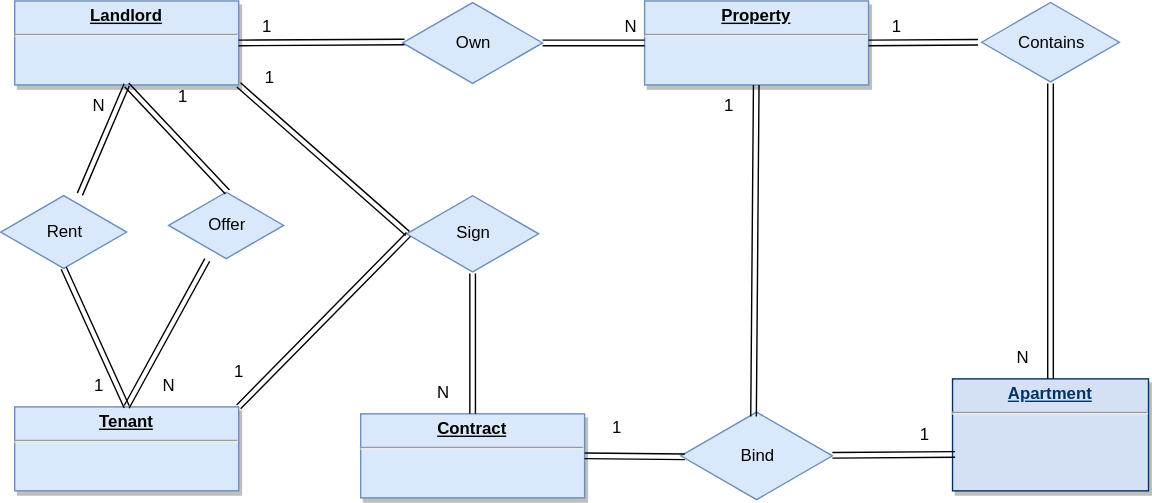
The draw.io diagram domain_model_rent.svg in AndriiNaboka/domain-task, before a commit. Source tidied: cells renumbered, new cells last; positions are measured from the earlier drawing's top-left corner, leaving out a move shared by most shapes.
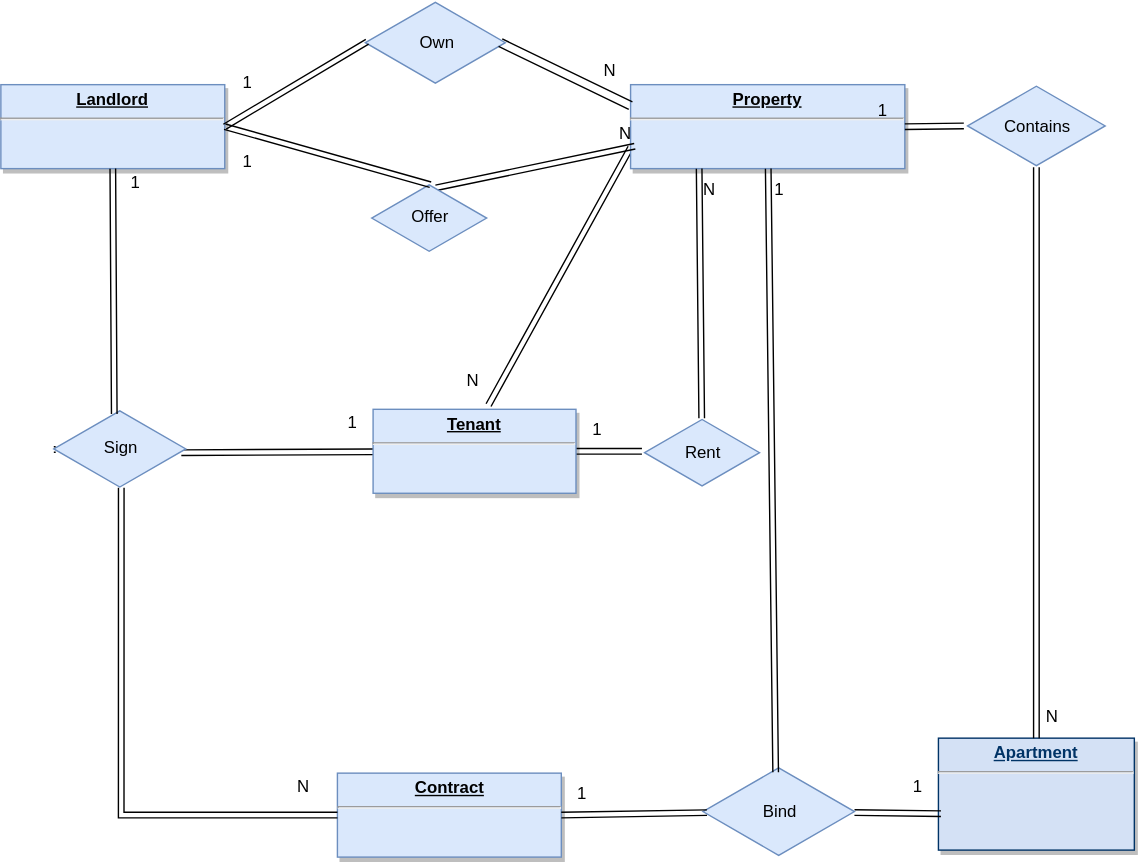
The same file after the commit.

Commit message:
correction domain model.

Change to the diagram source:
```diff
@@ -2,125 +2,131 @@
   <root>
     <mxCell id="0" />
     <mxCell id="1" parent="0" />
-    <mxCell id="2" style="group;" parent="1" vertex="1">
-      <mxGeometry width="820" height="357.5" as="geometry" />
-    </mxCell>
+    <mxCell id="28" style="edgeStyle=none;shape=link;rounded=0;jettySize=auto;html=1;exitX=1;exitY=0.5;exitDx=0;exitDy=0;entryX=-0.023;entryY=0.48;entryDx=0;entryDy=0;entryPerimeter=0;" parent="1" edge="1" source="3" target="27">
+      <mxGeometry relative="1" as="geometry" />
+    </mxCell>
+    <mxCell id="42" style="edgeStyle=none;shape=link;rounded=0;jettySize=auto;html=1;entryX=0.966;entryY=0.548;entryDx=0;entryDy=0;entryPerimeter=0;" parent="1" edge="1" source="3" target="12">
+      <mxGeometry relative="1" as="geometry" />
+    </mxCell>
-    <mxCell id="3" value="&lt;p style=&quot;margin: 0px ; margin-top: 4px ; text-align: center ; text-decoration: underline&quot;&gt;&lt;strong&gt;Tenant&lt;/strong&gt;&lt;/p&gt;&lt;hr&gt;&lt;p style=&quot;margin: 0px ; margin-left: 8px&quot;&gt;&lt;br&gt;&lt;/p&gt;" style="verticalAlign=top;align=left;overflow=fill;fontSize=12;fontFamily=Helvetica;html=1;strokeColor=#6c8ebf;shadow=1;fillColor=#dae8fc;" parent="2" vertex="1">
-      <mxGeometry x="10" y="290" width="160" height="60" as="geometry" />
+    <mxCell id="3" value="&lt;p style=&quot;margin: 0px ; margin-top: 4px ; text-align: center ; text-decoration: underline&quot;&gt;&lt;strong&gt;Tenant&lt;/strong&gt;&lt;/p&gt;&lt;hr&gt;&lt;p style=&quot;margin: 0px ; margin-left: 8px&quot;&gt;&lt;br&gt;&lt;/p&gt;" style="verticalAlign=top;align=left;overflow=fill;fontSize=12;fontFamily=Helvetica;html=1;strokeColor=#6c8ebf;shadow=1;fillColor=#dae8fc;" parent="1" vertex="1">
+      <mxGeometry x="276" y="167" width="145" height="60" as="geometry" />
     </mxCell>
-    <mxCell id="4" value="&lt;p style=&quot;margin: 0px ; margin-top: 4px ; text-align: center ; text-decoration: underline&quot;&gt;&lt;b&gt;Landlord&lt;/b&gt;&lt;/p&gt;&lt;hr&gt;&lt;p style=&quot;margin: 0px ; margin-left: 8px&quot;&gt;&lt;br&gt;&lt;/p&gt;" style="verticalAlign=top;align=left;overflow=fill;fontSize=12;fontFamily=Helvetica;html=1;strokeColor=#6c8ebf;shadow=1;fillColor=#dae8fc;" parent="2" vertex="1">
-      <mxGeometry x="10" width="160" height="60" as="geometry" />
+    <mxCell id="4" value="&lt;p style=&quot;margin: 0px ; margin-top: 4px ; text-align: center ; text-decoration: underline&quot;&gt;&lt;b&gt;Landlord&lt;/b&gt;&lt;/p&gt;&lt;hr&gt;&lt;p style=&quot;margin: 0px ; margin-left: 8px&quot;&gt;&lt;br&gt;&lt;/p&gt;" style="verticalAlign=top;align=left;overflow=fill;fontSize=12;fontFamily=Helvetica;html=1;strokeColor=#6c8ebf;shadow=1;fillColor=#dae8fc;" parent="1" vertex="1">
+      <mxGeometry x="10" y="-65" width="160" height="60" as="geometry" />
     </mxCell>
-    <mxCell id="5" value="&lt;p style=&quot;margin: 0px ; margin-top: 4px ; text-align: center ; text-decoration: underline&quot;&gt;&lt;b&gt;Contract&lt;/b&gt;&lt;/p&gt;&lt;hr&gt;&lt;p style=&quot;margin: 0px ; margin-left: 8px&quot;&gt;&lt;br&gt;&lt;/p&gt;" style="verticalAlign=top;align=left;overflow=fill;fontSize=12;fontFamily=Helvetica;html=1;strokeColor=#6c8ebf;shadow=1;fillColor=#dae8fc;" parent="2" vertex="1">
-      <mxGeometry x="257.2" y="295" width="160" height="60" as="geometry" />
+    <mxCell id="5" value="&lt;p style=&quot;margin: 0px ; margin-top: 4px ; text-align: center ; text-decoration: underline&quot;&gt;&lt;b&gt;Contract&lt;/b&gt;&lt;/p&gt;&lt;hr&gt;&lt;p style=&quot;margin: 0px ; margin-left: 8px&quot;&gt;&lt;br&gt;&lt;/p&gt;" style="verticalAlign=top;align=left;overflow=fill;fontSize=12;fontFamily=Helvetica;html=1;strokeColor=#6c8ebf;shadow=1;fillColor=#dae8fc;" parent="1" vertex="1">
+      <mxGeometry x="250.5" y="427" width="160" height="60" as="geometry" />
     </mxCell>
-    <mxCell id="6" value="&lt;p style=&quot;margin: 0px ; margin-top: 4px ; text-align: center ; text-decoration: underline&quot;&gt;&lt;b&gt;Apartment&lt;/b&gt;&lt;/p&gt;&lt;hr&gt;&lt;p style=&quot;margin: 0px ; margin-left: 8px&quot;&gt;&lt;br&gt;&lt;/p&gt;" style="verticalAlign=top;align=left;overflow=fill;fontSize=12;fontFamily=Helvetica;html=1;strokeColor=#003366;shadow=1;fillColor=#D4E1F5;fontColor=#003366;" parent="2" vertex="1">
-      <mxGeometry x="680" y="270" width="140" height="80" as="geometry" />
+    <mxCell id="6" value="&lt;p style=&quot;margin: 0px ; margin-top: 4px ; text-align: center ; text-decoration: underline&quot;&gt;&lt;b&gt;Apartment&lt;/b&gt;&lt;/p&gt;&lt;hr&gt;&lt;p style=&quot;margin: 0px ; margin-left: 8px&quot;&gt;&lt;br&gt;&lt;/p&gt;" style="verticalAlign=top;align=left;overflow=fill;fontSize=12;fontFamily=Helvetica;html=1;strokeColor=#003366;shadow=1;fillColor=#D4E1F5;fontColor=#003366;" parent="1" vertex="1">
+      <mxGeometry x="680" y="402" width="140" height="80" as="geometry" />
     </mxCell>
+    <mxCell id="43" style="edgeStyle=none;shape=link;rounded=0;jettySize=auto;html=1;exitX=0;exitY=0.75;exitDx=0;exitDy=0;entryX=0.569;entryY=-0.05;entryDx=0;entryDy=0;entryPerimeter=0;" parent="1" edge="1" source="7" target="3">
+      <mxGeometry relative="1" as="geometry" />
+    </mxCell>
-    <mxCell id="7" value="&lt;p style=&quot;margin: 0px ; margin-top: 4px ; text-align: center ; text-decoration: underline&quot;&gt;&lt;b&gt;Property&lt;/b&gt;&lt;/p&gt;&lt;hr&gt;&lt;p style=&quot;margin: 0px ; margin-left: 8px&quot;&gt;&lt;br&gt;&lt;/p&gt;" style="verticalAlign=top;align=left;overflow=fill;fontSize=12;fontFamily=Helvetica;html=1;strokeColor=#6c8ebf;shadow=1;fillColor=#dae8fc;" parent="2" vertex="1">
-      <mxGeometry x="460" width="160" height="60" as="geometry" />
+    <mxCell id="7" value="&lt;p style=&quot;margin: 0px ; margin-top: 4px ; text-align: center ; text-decoration: underline&quot;&gt;&lt;b&gt;Property&lt;/b&gt;&lt;/p&gt;&lt;hr&gt;&lt;p style=&quot;margin: 0px ; margin-left: 8px&quot;&gt;&lt;br&gt;&lt;/p&gt;" style="verticalAlign=top;align=left;overflow=fill;fontSize=12;fontFamily=Helvetica;html=1;strokeColor=#6c8ebf;shadow=1;fillColor=#dae8fc;" parent="1" vertex="1">
+      <mxGeometry x="460" y="-65" width="196" height="60" as="geometry" />
     </mxCell>
-    <mxCell id="8" style="edgeStyle=none;shape=link;rounded=0;jettySize=auto;html=1;entryX=0;entryY=0.5;entryDx=0;entryDy=0;" parent="2" edge="1" source="9" target="7">
-      <mxGeometry relative="1" as="geometry" />
-    </mxCell>
-    <mxCell id="9" value="Own" style="html=1;whiteSpace=wrap;shape=isoRectangle;fillColor=#dae8fc;strokeColor=#6c8ebf;" parent="2" vertex="1">
-      <mxGeometry x="287.2" width="100" height="60" as="geometry" />
+    <mxCell id="9" value="Own" style="html=1;whiteSpace=wrap;shape=isoRectangle;fillColor=#dae8fc;strokeColor=#6c8ebf;" parent="1" vertex="1">
+      <mxGeometry x="270.5" y="-125" width="100" height="60" as="geometry" />
     </mxCell>
-    <mxCell id="10" style="edgeStyle=none;shape=link;rounded=0;jettySize=auto;html=1;exitX=1;exitY=0.5;exitDx=0;exitDy=0;entryX=0.013;entryY=0.489;entryDx=0;entryDy=0;entryPerimeter=0;" parent="2" edge="1" source="4" target="9">
+    <mxCell id="10" style="edgeStyle=none;shape=link;rounded=0;jettySize=auto;html=1;exitX=1;exitY=0.5;exitDx=0;exitDy=0;entryX=0.013;entryY=0.489;entryDx=0;entryDy=0;entryPerimeter=0;" parent="1" edge="1" source="4" target="9">
       <mxGeometry relative="1" as="geometry" />
     </mxCell>
-    <mxCell id="11" style="edgeStyle=none;shape=link;rounded=0;jettySize=auto;html=1;entryX=0.5;entryY=0;entryDx=0;entryDy=0;" parent="2" edge="1" source="12" target="5">
+    <mxCell id="11" style="edgeStyle=orthogonalEdgeStyle;shape=link;rounded=0;jettySize=auto;html=1;entryX=0;entryY=0.5;entryDx=0;entryDy=0;exitX=0.511;exitY=0.989;exitDx=0;exitDy=0;exitPerimeter=0;" parent="1" edge="1" source="12" target="5">
       <mxGeometry relative="1" as="geometry" />
     </mxCell>
-    <mxCell id="12" value="Sign" style="html=1;whiteSpace=wrap;shape=isoRectangle;fillColor=#dae8fc;strokeColor=#6c8ebf;" parent="2" vertex="1">
-      <mxGeometry x="290" y="138.1" width="94.3" height="56.6" as="geometry" />
+    <mxCell id="12" value="Sign" style="html=1;whiteSpace=wrap;shape=isoRectangle;fillColor=#dae8fc;strokeColor=#6c8ebf;" parent="1" vertex="1">
+      <mxGeometry x="47.8" y="167" width="94.3" height="56.6" as="geometry" />
     </mxCell>
-    <mxCell id="13" style="edgeStyle=none;shape=link;rounded=0;jettySize=auto;html=1;exitX=1;exitY=0;exitDx=0;exitDy=0;entryX=0.014;entryY=0.507;entryDx=0;entryDy=0;entryPerimeter=0;" parent="2" edge="1" source="3" target="12">
+    <mxCell id="13" style="edgeStyle=none;shape=link;rounded=0;orthogonalLoop=1;jettySize=auto;html=1;entryX=0.014;entryY=0.507;entryDx=0;entryDy=0;entryPerimeter=0;" parent="1" edge="1" source="12" target="12">
       <mxGeometry relative="1" as="geometry" />
     </mxCell>
-    <mxCell id="14" style="edgeStyle=none;shape=link;rounded=0;jettySize=auto;html=1;exitX=1;exitY=1;exitDx=0;exitDy=0;entryX=0.007;entryY=0.495;entryDx=0;entryDy=0;entryPerimeter=0;" parent="2" edge="1" source="4" target="12">
+    <mxCell id="14" style="edgeStyle=none;shape=link;rounded=0;jettySize=auto;html=1;exitX=0.5;exitY=1;exitDx=0;exitDy=0;entryX=0.458;entryY=0.058;entryDx=0;entryDy=0;entryPerimeter=0;" parent="1" edge="1" source="4" target="12">
       <mxGeometry relative="1" as="geometry" />
     </mxCell>
-    <mxCell id="15" style="edgeStyle=none;shape=link;rounded=0;jettySize=auto;html=1;entryX=0.5;entryY=0;entryDx=0;entryDy=0;" parent="2" edge="1" source="16" target="6">
+    <mxCell id="15" style="edgeStyle=none;shape=link;rounded=0;jettySize=auto;html=1;entryX=0.5;entryY=0;entryDx=0;entryDy=0;" parent="1" edge="1" source="16" target="6">
       <mxGeometry relative="1" as="geometry" />
     </mxCell>
-    <mxCell id="16" value="Contains" style="html=1;whiteSpace=wrap;shape=isoRectangle;fillColor=#dae8fc;strokeColor=#6c8ebf;" parent="2" vertex="1">
-      <mxGeometry x="700.8" width="98.3" height="59" as="geometry" />
+    <mxCell id="16" value="Contains" style="html=1;whiteSpace=wrap;shape=isoRectangle;fillColor=#dae8fc;strokeColor=#6c8ebf;" parent="1" vertex="1">
+      <mxGeometry x="700.8" y="-65" width="98.3" height="59" as="geometry" />
     </mxCell>
-    <mxCell id="17" style="edgeStyle=none;shape=link;rounded=0;jettySize=auto;html=1;exitX=1;exitY=0.5;exitDx=0;exitDy=0;entryX=-0.027;entryY=0.5;entryDx=0;entryDy=0;entryPerimeter=0;" parent="2" edge="1" source="7" target="16">
+    <mxCell id="17" style="edgeStyle=none;shape=link;rounded=0;jettySize=auto;html=1;exitX=1;exitY=0.5;exitDx=0;exitDy=0;entryX=-0.027;entryY=0.5;entryDx=0;entryDy=0;entryPerimeter=0;" parent="1" edge="1" source="7" target="16">
       <mxGeometry relative="1" as="geometry" />
     </mxCell>
-    <mxCell id="18" value="N" style="text;html=1;align=center;verticalAlign=middle;points=[];" parent="2" vertex="1">
-      <mxGeometry x="440" y="9" width="20" height="20" as="geometry" />
-    </mxCell>
-    <mxCell id="19" value="1" style="text;html=1;align=center;verticalAlign=middle;" parent="2" vertex="1">
-      <mxGeometry x="180" y="9" width="20" height="20" as="geometry" />
+    <mxCell id="19" value="1" style="text;html=1;align=center;verticalAlign=middle;" parent="1" vertex="1">
+      <mxGeometry x="176" y="-76" width="20" height="20" as="geometry" />
     </mxCell>
-    <mxCell id="20" value="1" style="text;html=1;align=center;verticalAlign=middle;" parent="2" vertex="1">
-      <mxGeometry x="630" y="9" width="20" height="20" as="geometry" />
+    <mxCell id="20" value="1" style="text;html=1;align=center;verticalAlign=middle;" parent="1" vertex="1">
+      <mxGeometry x="630" y="-56" width="20" height="20" as="geometry" />
     </mxCell>
-    <mxCell id="21" value="N" style="text;html=1;align=center;verticalAlign=middle;" parent="2" vertex="1">
-      <mxGeometry x="720" y="245" width="20" height="20" as="geometry" />
+    <mxCell id="21" value="N" style="text;html=1;align=center;verticalAlign=middle;" parent="1" vertex="1">
+      <mxGeometry x="751" y="377" width="20" height="20" as="geometry" />
     </mxCell>
-    <mxCell id="22" style="edgeStyle=none;shape=link;rounded=0;jettySize=auto;html=1;entryX=0.013;entryY=0.675;entryDx=0;entryDy=0;entryPerimeter=0;" parent="2" edge="1" source="23" target="6">
+    <mxCell id="22" style="edgeStyle=none;shape=link;rounded=0;jettySize=auto;html=1;entryX=0.013;entryY=0.675;entryDx=0;entryDy=0;entryPerimeter=0;" parent="1" edge="1" source="23" target="6">
       <mxGeometry relative="1" as="geometry" />
     </mxCell>
-    <mxCell id="23" value="Bind" style="html=1;whiteSpace=wrap;shape=isoRectangle;fillColor=#dae8fc;strokeColor=#6c8ebf;" parent="2" vertex="1">
-      <mxGeometry x="485.8" y="292.5" width="108.3" height="65" as="geometry" />
+    <mxCell id="23" value="Bind" style="html=1;whiteSpace=wrap;shape=isoRectangle;fillColor=#dae8fc;strokeColor=#6c8ebf;" parent="1" vertex="1">
+      <mxGeometry x="511.7" y="422" width="108.3" height="65" as="geometry" />
     </mxCell>
-    <mxCell id="24" style="edgeStyle=none;shape=link;rounded=0;jettySize=auto;html=1;exitX=1;exitY=0.5;exitDx=0;exitDy=0;entryX=0.027;entryY=0.511;entryDx=0;entryDy=0;entryPerimeter=0;" parent="2" edge="1" source="5" target="23">
+    <mxCell id="24" style="edgeStyle=none;shape=link;rounded=0;jettySize=auto;html=1;exitX=1;exitY=0.5;exitDx=0;exitDy=0;entryX=0.027;entryY=0.511;entryDx=0;entryDy=0;entryPerimeter=0;" parent="1" edge="1" source="5" target="23">
       <mxGeometry relative="1" as="geometry" />
     </mxCell>
-    <mxCell id="25" style="edgeStyle=none;shape=link;rounded=0;jettySize=auto;html=1;entryX=0.48;entryY=0.067;entryDx=0;entryDy=0;entryPerimeter=0;" parent="2" edge="1" source="7" target="23">
+    <mxCell id="25" style="edgeStyle=none;shape=link;rounded=0;jettySize=auto;html=1;entryX=0.48;entryY=0.067;entryDx=0;entryDy=0;entryPerimeter=0;" parent="1" edge="1" source="7" target="23">
       <mxGeometry relative="1" as="geometry" />
     </mxCell>
-    <mxCell id="26" style="edgeStyle=none;shape=link;rounded=0;jettySize=auto;html=1;entryX=0.5;entryY=1;entryDx=0;entryDy=0;" parent="2" edge="1" source="27" target="4">
-      <mxGeometry relative="1" as="geometry" />
-    </mxCell>
-    <mxCell id="27" value="Rent" style="html=1;whiteSpace=wrap;shape=isoRectangle;fillColor=#dae8fc;strokeColor=#6c8ebf;" parent="2" vertex="1">
-      <mxGeometry y="138.1" width="90" height="54" as="geometry" />
-    </mxCell>
-    <mxCell id="28" style="edgeStyle=none;shape=link;rounded=0;jettySize=auto;html=1;exitX=0.5;exitY=0;exitDx=0;exitDy=0;entryX=0.5;entryY=0.978;entryDx=0;entryDy=0;entryPerimeter=0;" parent="2" edge="1" source="3" target="27">
-      <mxGeometry relative="1" as="geometry" />
-    </mxCell>
-    <mxCell id="29" value="N" style="text;html=1;align=center;verticalAlign=middle;" parent="2" vertex="1">
-      <mxGeometry x="60" y="65" width="20" height="20" as="geometry" />
-    </mxCell>
-    <mxCell id="30" value="1" style="text;html=1;align=center;verticalAlign=middle;" parent="2" vertex="1">
-      <mxGeometry x="60" y="265" width="20" height="20" as="geometry" />
-    </mxCell>
-    <mxCell id="31" style="edgeStyle=none;shape=link;rounded=0;jettySize=auto;html=1;entryX=0.5;entryY=0;entryDx=0;entryDy=0;" parent="2" edge="1" source="32" target="3">
+    <mxCell id="31" style="edgeStyle=none;shape=link;rounded=0;jettySize=auto;html=1;exitX=0.559;exitY=0.061;exitDx=0;exitDy=0;exitPerimeter=0;entryX=0.85;entryY=0.95;entryDx=0;entryDy=0;entryPerimeter=0;" parent="1" edge="1" source="32" target="18">
       <mxGeometry relative="1" as="geometry" />
     </mxCell>
-    <mxCell id="32" value="Offer" style="html=1;whiteSpace=wrap;shape=isoRectangle;fillColor=#dae8fc;strokeColor=#6c8ebf;" parent="2" vertex="1">
-      <mxGeometry x="120" y="135.7" width="82.2" height="49.3" as="geometry" />
+    <mxCell id="32" value="Offer" style="html=1;whiteSpace=wrap;shape=isoRectangle;fillColor=#dae8fc;strokeColor=#6c8ebf;" parent="1" vertex="1">
+      <mxGeometry x="275" y="5.7" width="82.2" height="49.3" as="geometry" />
     </mxCell>
-    <mxCell id="33" style="edgeStyle=none;shape=link;rounded=0;jettySize=auto;html=1;exitX=0.5;exitY=1;exitDx=0;exitDy=0;entryX=0.511;entryY=0.016;entryDx=0;entryDy=0;entryPerimeter=0;" parent="2" edge="1" source="4" target="32">
+    <mxCell id="33" style="edgeStyle=none;shape=link;rounded=0;jettySize=auto;html=1;exitX=1;exitY=0.5;exitDx=0;exitDy=0;entryX=0.511;entryY=0.016;entryDx=0;entryDy=0;entryPerimeter=0;" parent="1" edge="1" source="4" target="32">
       <mxGeometry relative="1" as="geometry" />
     </mxCell>
-    <mxCell id="34" value="1" style="text;html=1;align=center;verticalAlign=middle;" parent="2" vertex="1">
-      <mxGeometry x="182.2" y="45" width="20" height="20" as="geometry" />
+    <mxCell id="34" value="1" style="text;html=1;align=center;verticalAlign=middle;" parent="1" vertex="1">
+      <mxGeometry x="176" y="-20" width="20" height="20" as="geometry" />
     </mxCell>
-    <mxCell id="35" value="1" style="text;html=1;align=center;verticalAlign=middle;" parent="2" vertex="1">
-      <mxGeometry x="160" y="255" width="20" height="20" as="geometry" />
+    <mxCell id="35" value="N" style="text;html=1;align=center;verticalAlign=middle;" parent="1" vertex="1">
+      <mxGeometry x="216" y="427" width="20" height="20" as="geometry" />
     </mxCell>
-    <mxCell id="36" value="1" style="text;html=1;align=center;verticalAlign=middle;" parent="2" vertex="1">
-      <mxGeometry x="430" y="295" width="20" height="20" as="geometry" />
-    </mxCell>
-    <mxCell id="37" value="1" style="text;html=1;align=center;verticalAlign=middle;" parent="2" vertex="1">
-      <mxGeometry x="120" y="59" width="20" height="20" as="geometry" />
+    <mxCell id="37" value="1" style="text;html=1;align=center;verticalAlign=middle;" parent="1" vertex="1">
+      <mxGeometry x="96" y="-5" width="20" height="20" as="geometry" />
     </mxCell>
-    <mxCell id="38" value="N" style="text;html=1;align=center;verticalAlign=middle;" parent="2" vertex="1">
-      <mxGeometry x="110" y="265" width="20" height="20" as="geometry" />
-    </mxCell>
-    <mxCell id="39" value="1" style="text;html=1;align=center;verticalAlign=middle;" parent="2" vertex="1">
-      <mxGeometry x="650" y="300" width="20" height="20" as="geometry" />
+    <mxCell id="39" value="1" style="text;html=1;align=center;verticalAlign=middle;" parent="1" vertex="1">
+      <mxGeometry x="655" y="427" width="20" height="20" as="geometry" />
     </mxCell>
-    <mxCell id="40" value="1" style="text;html=1;align=center;verticalAlign=middle;" parent="2" vertex="1">
-      <mxGeometry x="510" y="65" width="20" height="20" as="geometry" />
+    <mxCell id="40" value="1" style="text;html=1;align=center;verticalAlign=middle;" parent="1" vertex="1">
+      <mxGeometry x="555.8" width="20" height="20" as="geometry" />
     </mxCell>
-    <mxCell id="41" value="N" style="text;html=1;align=center;verticalAlign=middle;" parent="2" vertex="1">
-      <mxGeometry x="306" y="270" width="20" height="20" as="geometry" />
+    <mxCell id="41" value="1" style="text;html=1;align=center;verticalAlign=middle;" parent="1" vertex="1">
+      <mxGeometry x="415" y="432" width="20" height="20" as="geometry" />
     </mxCell>
+    <mxCell id="18" value="N" style="text;html=1;align=center;verticalAlign=middle;points=[];" parent="1" vertex="1">
+      <mxGeometry x="446" y="-40" width="20" height="20" as="geometry" />
+    </mxCell>
+    <mxCell id="8" style="edgeStyle=none;shape=link;rounded=0;jettySize=auto;html=1;entryX=0;entryY=0.25;entryDx=0;entryDy=0;exitX=0.965;exitY=0.5;exitDx=0;exitDy=0;exitPerimeter=0;width=-6;" parent="1" edge="1" source="9" target="7">
+      <mxGeometry relative="1" as="geometry" />
+    </mxCell>
+    <mxCell id="44" value="N" style="text;html=1;align=center;verticalAlign=middle;" parent="1" vertex="1">
+      <mxGeometry x="435" y="-85" width="20" height="20" as="geometry" />
+    </mxCell>
+    <mxCell id="45" value="N" style="text;html=1;align=center;verticalAlign=middle;" parent="1" vertex="1">
+      <mxGeometry x="337.2" y="137" width="20" height="20" as="geometry" />
+    </mxCell>
+    <mxCell id="46" style="edgeStyle=none;shape=link;rounded=0;jettySize=auto;html=1;entryX=0.25;entryY=1;entryDx=0;entryDy=0;" parent="1" edge="1" source="27" target="7">
+      <mxGeometry relative="1" as="geometry" />
+    </mxCell>
+    <mxCell id="27" value="Rent" style="html=1;whiteSpace=wrap;shape=isoRectangle;fillColor=#dae8fc;strokeColor=#6c8ebf;" parent="1" vertex="1">
+      <mxGeometry x="470" y="173.4" width="82.2" height="49.3" as="geometry" />
+    </mxCell>
+    <mxCell id="47" value="1" style="text;html=1;align=center;verticalAlign=middle;" parent="1" vertex="1">
+      <mxGeometry x="250.5" y="167" width="20" height="20" as="geometry" />
+    </mxCell>
+    <mxCell id="48" value="N" style="text;html=1;align=center;verticalAlign=middle;" parent="1" vertex="1">
+      <mxGeometry x="506" width="20" height="20" as="geometry" />
+    </mxCell>
+    <mxCell id="49" value="1" style="text;html=1;align=center;verticalAlign=middle;" parent="1" vertex="1">
+      <mxGeometry x="426" y="172.4" width="20" height="20" as="geometry" />
+    </mxCell>
   </root>
 </mxGraphModel>
```
